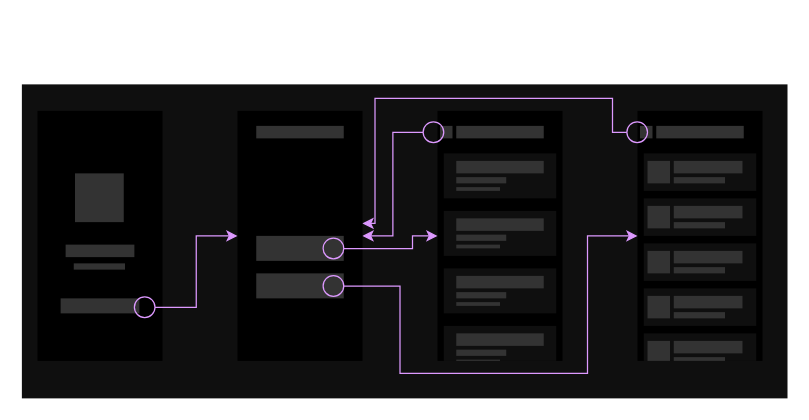
oleksandrblazhko/ai-216-idzhilov keeps this draw.io diagram as page "Страница — 4" (4 of 7) of 1-SoftwareRequirements/1.4-FuncNonFuncRequirements/1.4.4-NFRUserInterfaceOUTPUT/NFRUserInterfaceOUTPUT.drawio. Above is the earlier version. Source tidied: cells renumbered, new cells numbered last; positions are measured from the earlier drawing's top-left corner, leaving out a move shared by most shapes. Both pictures are drawn from the tidied source at 125%, with x=0, y=0 at pixel (21, 84).
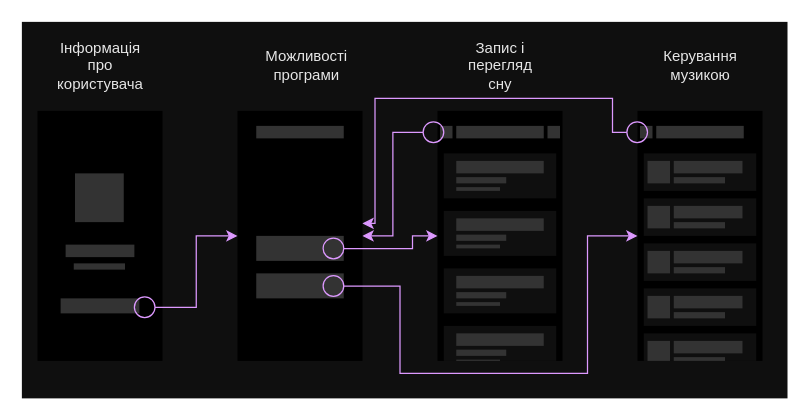
The same diagram, later.

What changed in the source:
```diff
@@
     <mxCell id="2" style="rounded=0;whiteSpace=wrap;html=1;fillColor=#0F0F0F;strokeColor=none;" parent="1" vertex="1">
-      <mxGeometry width="612.5" height="251.2" as="geometry" />
+      <mxGeometry y="-50" width="612.5" height="301.2" as="geometry" />
     </mxCell>
@@
+    <mxCell id="64" value="&lt;font color=&quot;#e6e6e6&quot;&gt;Інформація про користувача&lt;/font&gt;" style="text;html=1;strokeColor=none;fillColor=none;align=center;verticalAlign=middle;whiteSpace=wrap;rounded=0;" parent="1" vertex="1">
+      <mxGeometry x="32.5" y="-30" width="60" height="30" as="geometry" />
+    </mxCell>
+    <mxCell id="65" style="rounded=0;whiteSpace=wrap;html=1;fillColor=#333333;strokeColor=none;" parent="1" vertex="1">
+      <mxGeometry x="420.5" y="33.2" width="10" height="10" as="geometry" />
+    </mxCell>
+    <mxCell id="66" value="&lt;font color=&quot;#e6e6e6&quot;&gt;Можливості програми&lt;/font&gt;" style="text;html=1;strokeColor=none;fillColor=none;align=center;verticalAlign=middle;whiteSpace=wrap;rounded=0;" parent="1" vertex="1">
+      <mxGeometry x="197.5" y="-30" width="60" height="30" as="geometry" />
+    </mxCell>
+    <mxCell id="67" value="&lt;font color=&quot;#e6e6e6&quot;&gt;Запис і перегляд сну&lt;/font&gt;" style="text;html=1;strokeColor=none;fillColor=none;align=center;verticalAlign=middle;whiteSpace=wrap;rounded=0;" parent="1" vertex="1">
+      <mxGeometry x="352.5" y="-30" width="60" height="30" as="geometry" />
+    </mxCell>
+    <mxCell id="68" value="&lt;font color=&quot;#e6e6e6&quot;&gt;Керування музикою&lt;/font&gt;" style="text;html=1;strokeColor=none;fillColor=none;align=center;verticalAlign=middle;whiteSpace=wrap;rounded=0;" parent="1" vertex="1">
+      <mxGeometry x="512.5" y="-30" width="60" height="30" as="geometry" />
+    </mxCell>
```
